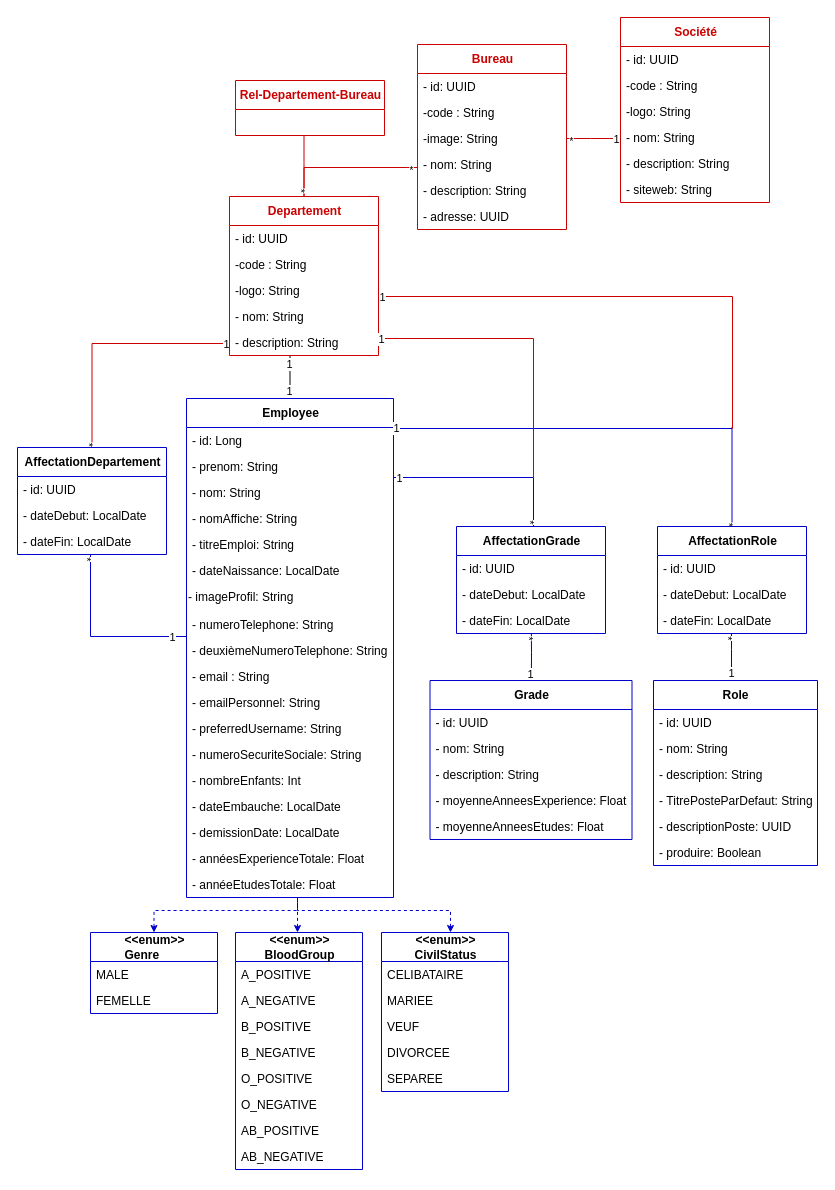
The draw.io diagram Department/Departement_Fr_DiagrammeClasse.drawio in ZidiMedAmine/UML, before the edit. Source tidied: cells renumbered, new cells numbered last; positions are measured from the earlier drawing's top-left corner, leaving out a move shared by most shapes. Both pictures are drawn from the tidied source at 100%, with x=0, y=0 at pixel (17, 17).
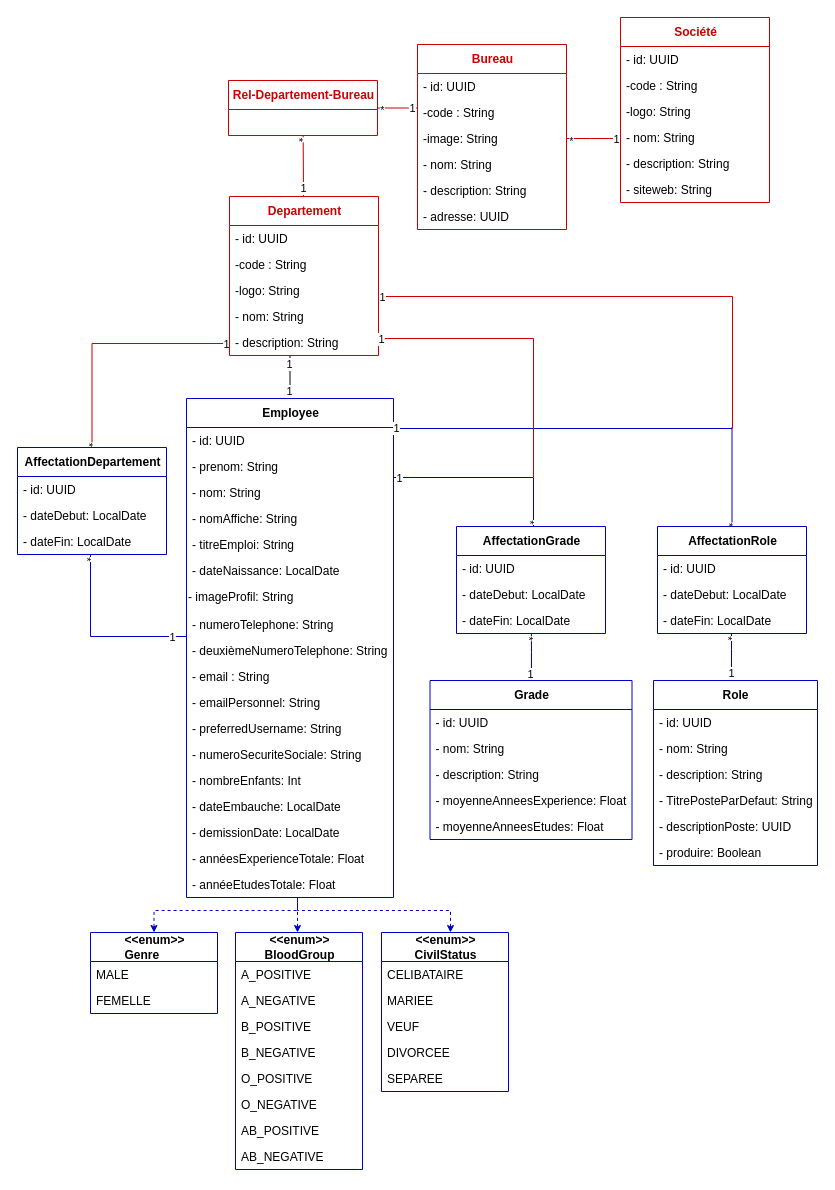
The same page after the edit.

Commit message:
Mettre à jour Departement_Fr_DiagrammeClasse.drawio

The change refers to these unchanged cells:
```xml
<mxCell id="5" value="&lt;b&gt;Employee&lt;/b&gt;" style="swimlane;fontStyle=0;align=center;verticalAlign=middle;horizontal=1;startSize=29;html=1;fontSize=12;labelPosition=center;verticalLabelPosition=middle;swimlaneLine=1;rounded=0;shadow=0;glass=0;sketch=0;perimeterSpacing=0;strokeColor=#0000CC;" parent="1" vertex="1">
  <mxGeometry x="169" y="381" width="207" height="499" as="geometry" />
</mxCell>
<mxCell id="89" value="&lt;div style=&quot;text-align: left&quot;&gt;&lt;span style=&quot;text-align: center;&quot;&gt;Departement&lt;/span&gt;&lt;br&gt;&lt;/div&gt;" style="swimlane;fontStyle=1;align=center;verticalAlign=middle;horizontal=1;startSize=29;html=1;fontSize=12;labelPosition=center;verticalLabelPosition=middle;swimlaneLine=1;rounded=0;sketch=0;glass=0;strokeColor=#CC0000;fontColor=#CC0000;" parent="1" vertex="1">
  <mxGeometry x="212" y="179" width="149" height="159" as="geometry" />
</mxCell>
<mxCell id="102" value="&lt;div style=&quot;text-align: left&quot;&gt;Bureau&lt;br&gt;&lt;/div&gt;" style="swimlane;fontStyle=1;align=center;verticalAlign=middle;horizontal=1;startSize=29;html=1;fontSize=12;labelPosition=center;verticalLabelPosition=middle;swimlaneLine=1;rounded=0;sketch=0;glass=0;strokeColor=#CC0000;fontColor=#CC0000;" parent="1" vertex="1">
  <mxGeometry x="400" y="27" width="149" height="185" as="geometry" />
</mxCell>
```

The edit, as a diff of the source:
```diff
@@
-    <mxCell id="6" value="- id: Long" style="text;strokeColor=none;fillColor=none;align=left;verticalAlign=top;spacingLeft=4;spacingRight=4;overflow=hidden;fontStyle=0;" parent="5" vertex="1">
+    <mxCell id="6" value="- id: UUID" style="text;strokeColor=none;fillColor=none;align=left;verticalAlign=top;spacingLeft=4;spacingRight=4;overflow=hidden;fontStyle=0;" parent="5" vertex="1">
       <mxGeometry y="29" width="207" height="26" as="geometry" />
     </mxCell>
@@
-    <mxCell id="87" style="edgeStyle=orthogonalEdgeStyle;rounded=0;jettySize=auto;html=1;endArrow=none;endFill=0;strokeColor=#CC0000;" parent="1" edge="1" source="89" target="102">
-      <mxGeometry relative="1" as="geometry">
-        <Array as="points">
-          <mxPoint x="287" y="150" />
-        </Array>
-      </mxGeometry>
-    </mxCell>
-    <mxCell id="88" value="*" style="edgeLabel;html=1;align=center;verticalAlign=middle;" parent="87" vertex="1">
-      <mxGeometry x="0.83" y="-1" relative="1" as="geometry">
-        <mxPoint x="6" y="1" as="offset" />
-      </mxGeometry>
-    </mxCell>
@@
+    <mxCell id="120" style="edgeStyle=orthogonalEdgeStyle;rounded=0;jettySize=auto;html=1;strokeColor=#CC0000;endArrow=none;endFill=0;" parent="1" edge="1" source="116" target="102">
+      <mxGeometry relative="1" as="geometry">
+        <Array as="points">
+          <mxPoint x="391" y="91" />
+          <mxPoint x="391" y="91" />
+        </Array>
+      </mxGeometry>
+    </mxCell>
+    <mxCell id="121" value="1" style="edgeLabel;html=1;align=center;verticalAlign=middle;" parent="120" vertex="1">
+      <mxGeometry x="0.85" relative="1" as="geometry">
+        <mxPoint x="-3" as="offset" />
+      </mxGeometry>
+    </mxCell>
+    <mxCell id="88" value="*" style="edgeLabel;html=1;align=center;verticalAlign=middle;" parent="120" vertex="1">
+      <mxGeometry x="-0.86" relative="1" as="geometry">
+        <mxPoint x="1" y="2" as="offset" />
+      </mxGeometry>
+    </mxCell>
     <mxCell id="116" value="Rel-Departement-&lt;span style=&quot;text-align: left;&quot;&gt;Bureau&lt;/span&gt;" style="swimlane;fontStyle=1;align=center;verticalAlign=middle;horizontal=1;startSize=29;html=1;fontSize=12;labelPosition=center;verticalLabelPosition=middle;swimlaneLine=1;rounded=0;sketch=0;glass=0;strokeColor=#CC0000;fontColor=#CC0000;" parent="1" vertex="1">
-      <mxGeometry x="218" y="63" width="149" height="55" as="geometry" />
+      <mxGeometry x="211" y="63" width="149" height="55" as="geometry" />
     </mxCell>
@@
-    <mxCell id="118" style="edgeStyle=orthogonalEdgeStyle;rounded=0;jettySize=auto;html=1;endArrow=none;endFill=0;strokeColor=#CC0000;" parent="1" edge="1" source="89" target="116">
-      <mxGeometry relative="1" as="geometry">
-        <Array as="points">
-          <mxPoint x="286" y="145" />
-          <mxPoint x="287" y="145" />
-        </Array>
-      </mxGeometry>
+    <mxCell id="118" style="rounded=0;jettySize=auto;html=1;endArrow=none;endFill=0;strokeColor=#CC0000;" parent="1" edge="1" source="89" target="116">
+      <mxGeometry relative="1" as="geometry" />
     </mxCell>
-    <mxCell id="119" value="*" style="edgeLabel;html=1;align=center;verticalAlign=middle;rotation=90;" parent="118" vertex="1">
+    <mxCell id="119" value="1" style="edgeLabel;html=1;align=center;verticalAlign=middle;rotation=0;" parent="118" vertex="1">
       <mxGeometry x="-0.88" relative="1" as="geometry">
-        <mxPoint x="-2" y="-2" as="offset" />
+        <mxPoint x="-1" y="-5" as="offset" />
       </mxGeometry>
     </mxCell>
+    <mxCell id="122" value="*" style="edgeLabel;html=1;align=center;verticalAlign=middle;rotation=90;" parent="118" vertex="1">
+      <mxGeometry x="0.79" relative="1" as="geometry">
+        <mxPoint x="-3" y="-2" as="offset" />
+      </mxGeometry>
+    </mxCell>
```
